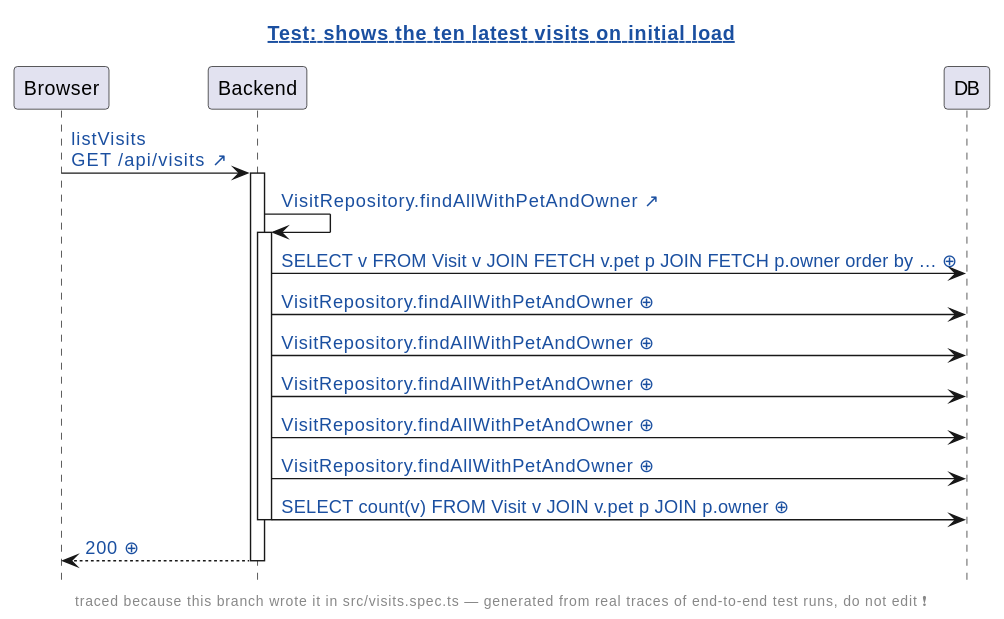
The PlantUML diagram demo/demo2/assets/diagrams/petclinic-test_generated_visits.spec.ts.shows-the-ten-latest-visits-on-initial-load.genseq.diff.svg in victorrentea/human-review, before a commit.
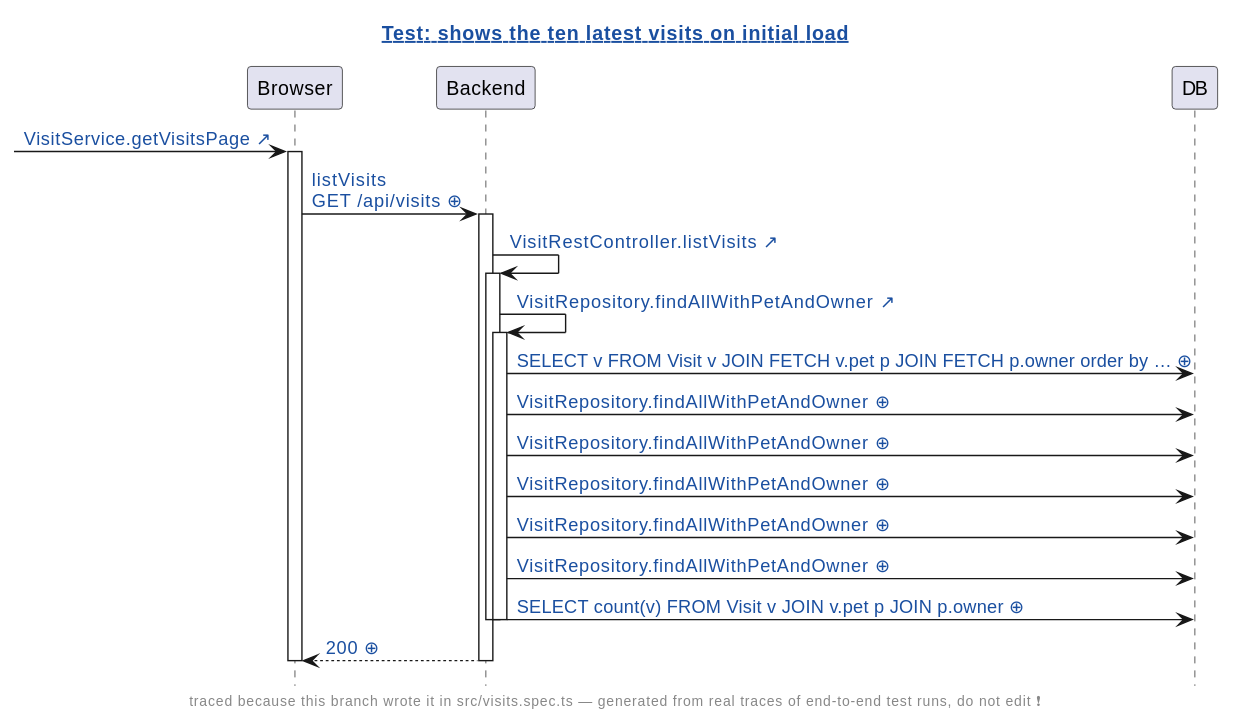
The same file after the commit.

The edit, as a diff of the source:
```diff
@@ -9,7 +9,11 @@
 participant Browser
 participant Backend
 participant DB
-Browser -> Backend: [[src://petclinic-frontend/src/app/visits/visits-page/visits-page.component.ts:50{Click to open the line that sent this request: visits-page.component.ts:50} listVisits\nGET /api/visits ↗]]
+[-> Browser: [[src://petclinic-frontend/src/app/visits/visits-page/visits-page.component.ts:50{Click to open the line that sent this request: visits-page.component.ts:50} VisitService.getVisitsPage ↗]]
+activate Browser
+Browser -> Backend: [[genseq://09jss6p{Click for the request as it was sent} listVisits\nGET /api/visits ⊕]]
+activate Backend
+Backend -> Backend: [[src://petclinic-backend/src/main/java/victor/training/petclinic/rest/VisitRestController.java:54{Click to open VisitRestController.listVisits} VisitRestController.listVisits ↗]]
 activate Backend
 Backend -> Backend: [[src://petclinic-backend/src/main/java/victor/training/petclinic/repository/VisitRepository.java:22{Click to open VisitRepository.findAllWithPetAndOwner} VisitRepository.findAllWithPetAndOwner ↗]]
 activate Backend
@@ -21,6 +25,8 @@
 Backend -> DB: [[genseq://0cvbten{Click for the statement behind this call} VisitRepository.findAllWithPetAndOwner ⊕]]
 Backend -> DB: [[genseq://0gohwr7{Click for the statement behind this call} SELECT count(v) FROM Visit v JOIN v.pet p JOIN p.owner ⊕]]
 deactivate Backend
+deactivate Backend
 Backend --> Browser: [[genseq://1gl89nl{Click for this call’s JSON body} 200 ⊕]]
 deactivate Backend
+deactivate Browser
 @enduml
```
